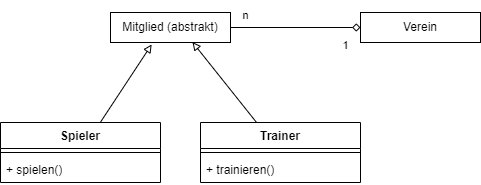
Earlier version of the draw.io export 00Informatik/OIDE_Polymorphie/Klassendiagramm.png (Hi2272/Hi2272.github.io). Source tidied: cells renumbered, new cells last; positions are measured from the earlier drawing's top-left corner, leaving out a move shared by most shapes.
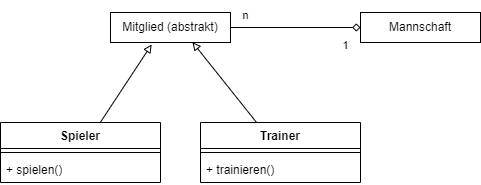
After the change.

Diff of the diagram source:
```diff
@@ -2,7 +2,7 @@
   <root>
     <mxCell id="0" />
     <mxCell id="1" parent="0" />
-    <mxCell id="2" value="Verein" style="rounded=0;whiteSpace=wrap;html=1;" parent="1" vertex="1">
+    <mxCell id="2" value="Mannschaft" style="rounded=0;whiteSpace=wrap;html=1;" parent="1" vertex="1">
       <mxGeometry x="360" y="12" width="120" height="30" as="geometry" />
     </mxCell>
     <mxCell id="3" value="Spieler" style="swimlane;fontStyle=1;align=center;verticalAlign=top;horizontal=1;startSize=26;whiteSpace=wrap;html=1;" parent="1" vertex="1">
```
